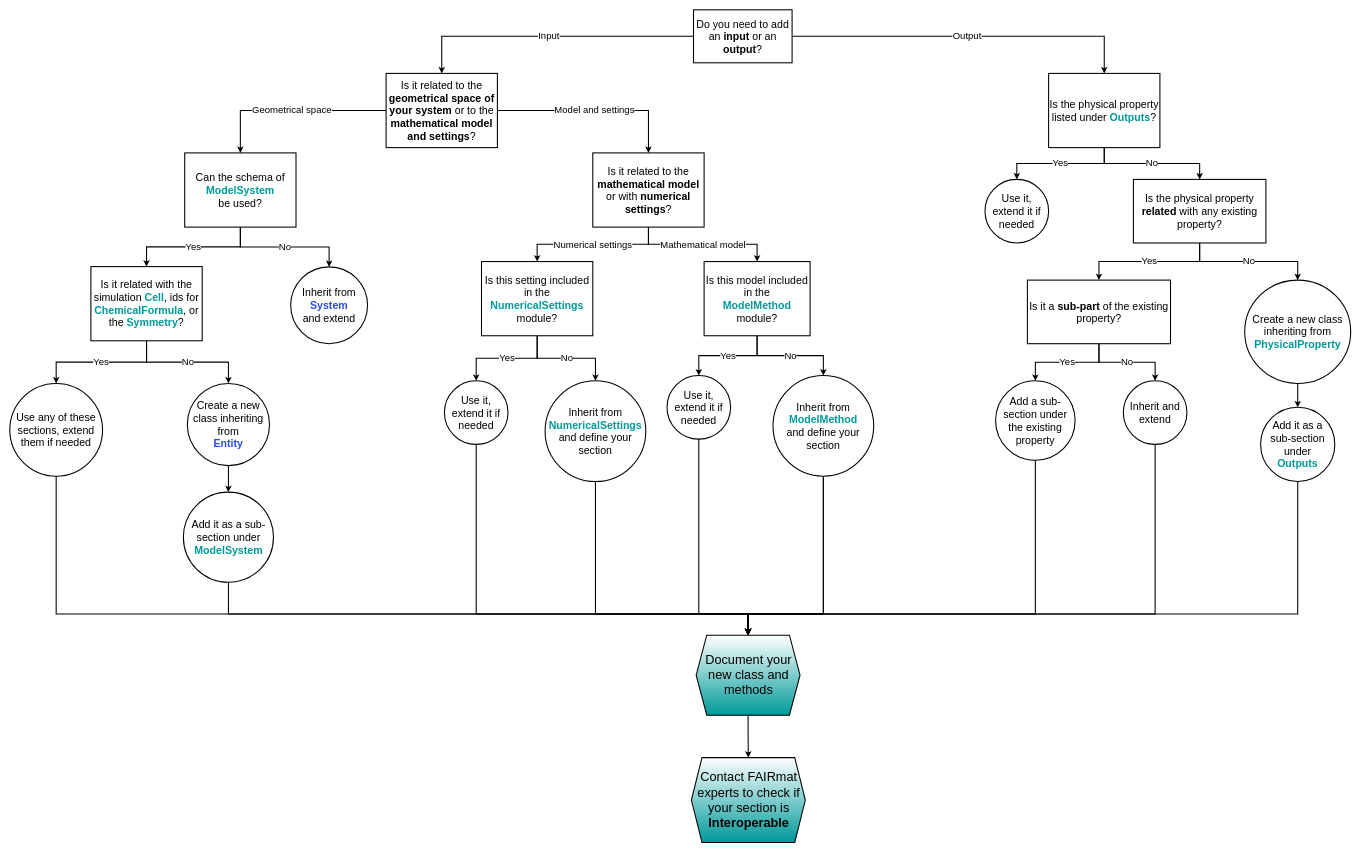
Before: explanation_diagrams/decision_tree.drawio in FAIRmat-NFDI/drawio_uml_diagrams, a draw.io diagram. Source tidied: cells renumbered, new cells numbered last; positions are measured from the earlier drawing's top-left corner, leaving out a move shared by most shapes. Both pictures are drawn from the tidied source at 53%, with x=0, y=0 at pixel (10, 10).
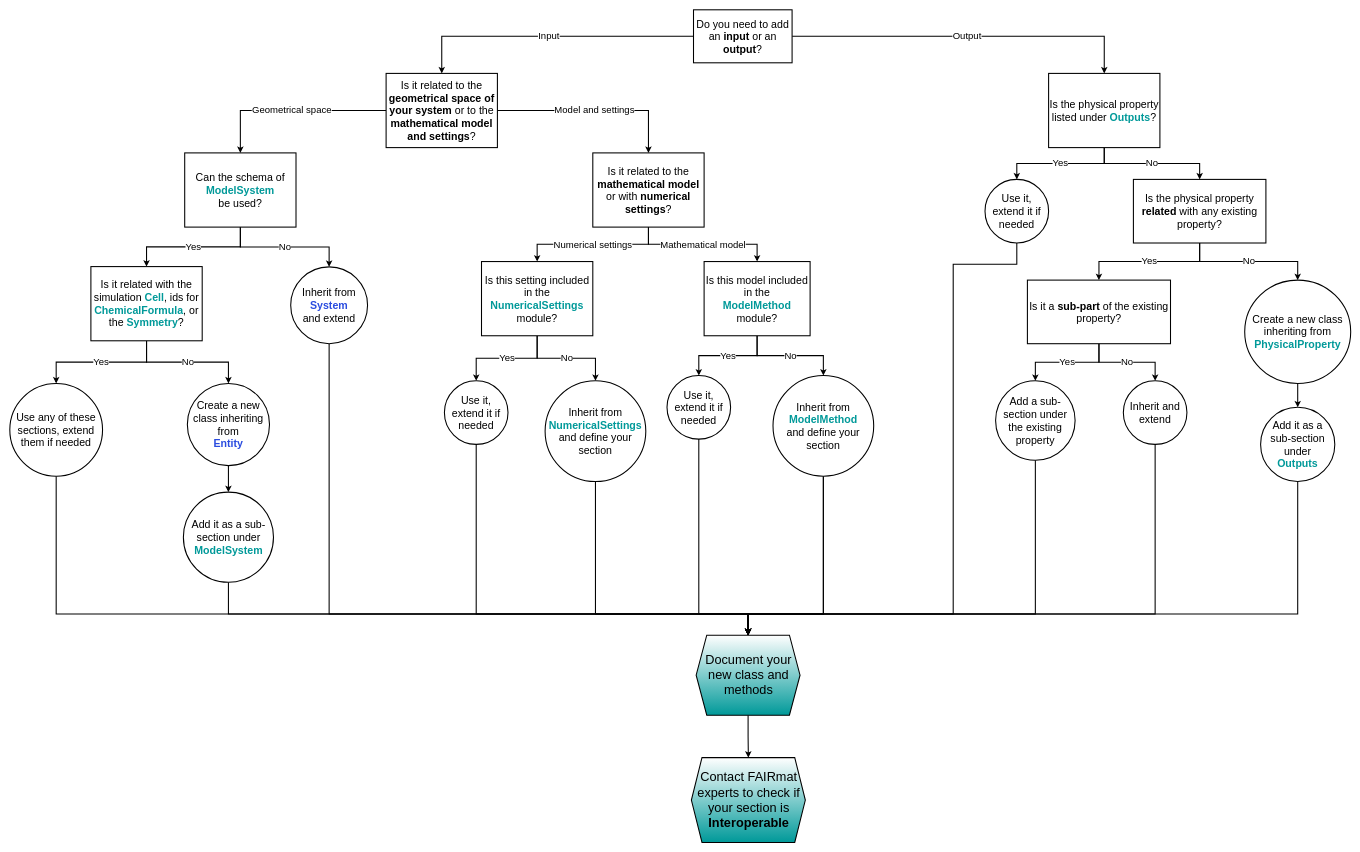
The same diagram, later.

Commit message (it also covers changes not shown here):
Fix decision tree

Unchanged cells that the change refers to:
```xml
<mxCell id="14" value="&lt;font style=&quot;font-size: 20px;&quot;&gt;Use it, extend it if needed&lt;/font&gt;" style="ellipse;whiteSpace=wrap;html=1;strokeWidth=2;spacingLeft=1;spacingBottom=1;spacingRight=1;" parent="1" vertex="1">
  <mxGeometry x="1840" y="320" width="120" height="120" as="geometry" />
</mxCell>
<mxCell id="50" value="&lt;font style=&quot;font-size: 20px;&quot;&gt;Inherit from &lt;b&gt;&lt;font color=&quot;#2a4cdf&quot;&gt;System&lt;/font&gt;&lt;/b&gt;&lt;/font&gt;&lt;div&gt;&lt;font style=&quot;font-size: 20px;&quot;&gt;and extend&lt;/font&gt;&lt;/div&gt;" style="ellipse;whiteSpace=wrap;html=1;strokeWidth=2;spacingLeft=1;spacingBottom=1;spacingRight=1;" parent="1" vertex="1">
  <mxGeometry x="530" y="485" width="145" height="145" as="geometry" />
</mxCell>
<mxCell id="58" value="&lt;font face=&quot;Titillium Web&quot; style=&quot;font-size: 24px;&quot;&gt;Document your new class and methods&lt;/font&gt;" style="shape=hexagon;perimeter=hexagonPerimeter2;whiteSpace=wrap;html=1;fixedSize=1;strokeWidth=2;spacingLeft=1;spacingBottom=1;spacingRight=-1;gradientColor=#009999;fillColor=default;" parent="1" vertex="1">
  <mxGeometry x="1295" y="1180" width="196" height="151" as="geometry" />
</mxCell>
```

Diff of the diagram source:
```diff
@@
+    <mxCell id="60" style="edgeStyle=orthogonalEdgeStyle;rounded=0;jettySize=auto;html=1;strokeWidth=2;" parent="1" edge="1" source="14" target="58">
+      <mxGeometry relative="1" as="geometry">
+        <Array as="points">
+          <mxPoint x="1900" y="480" />
+          <mxPoint x="1780" y="480" />
+          <mxPoint x="1780" y="1140" />
+          <mxPoint x="1393" y="1140" />
+        </Array>
+      </mxGeometry>
+    </mxCell>
@@
+    <mxCell id="61" style="edgeStyle=orthogonalEdgeStyle;rounded=0;jettySize=auto;html=1;strokeWidth=2;" parent="1" edge="1" source="50" target="58">
+      <mxGeometry relative="1" as="geometry">
+        <Array as="points">
+          <mxPoint x="603" y="1140" />
+          <mxPoint x="1393" y="1140" />
+        </Array>
+      </mxGeometry>
+    </mxCell>
```
